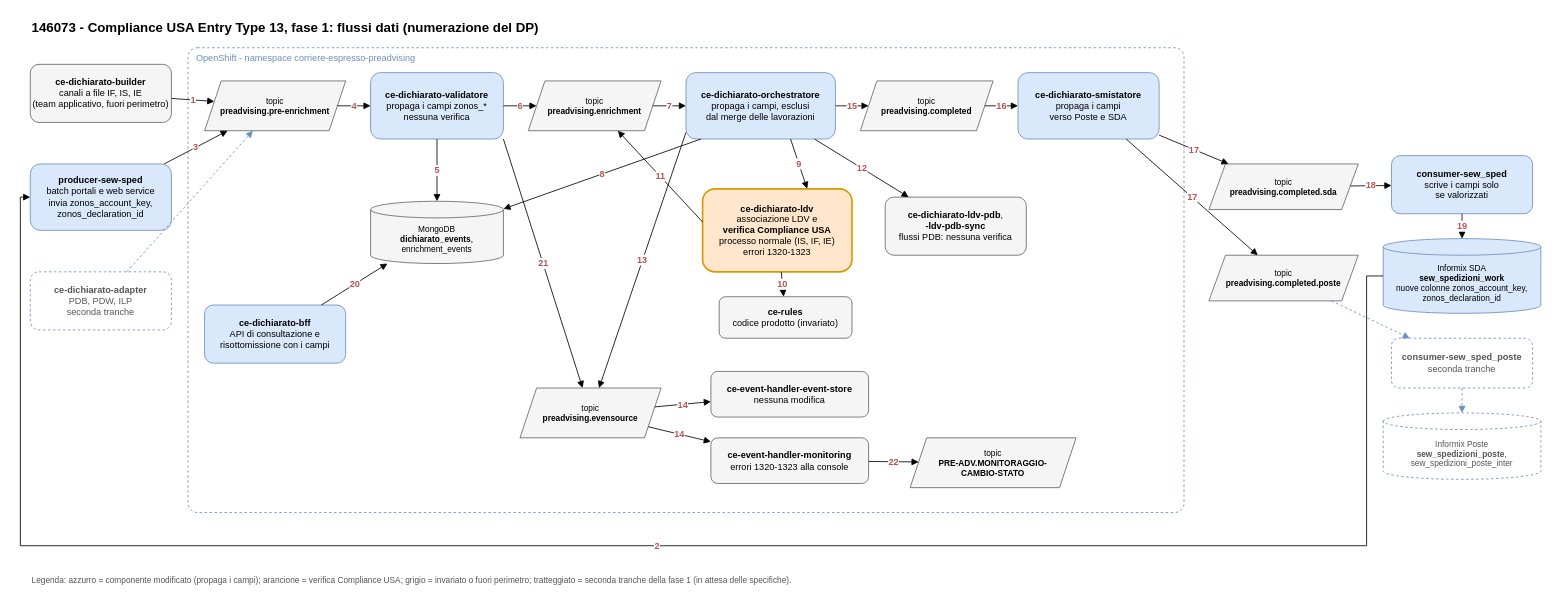
This is iniziative/146073/documenti/fig-2-flussi-dati.drawio from diegoMereu/sda-bmad, a draw.io file, before an edit. Source tidied: cells renumbered, new cells numbered last; positions are measured from the earlier drawing's top-left corner, leaving out a move shared by most shapes. Both pictures are drawn from the tidied source at 83%, with x=0, y=0 at pixel (20, 14).
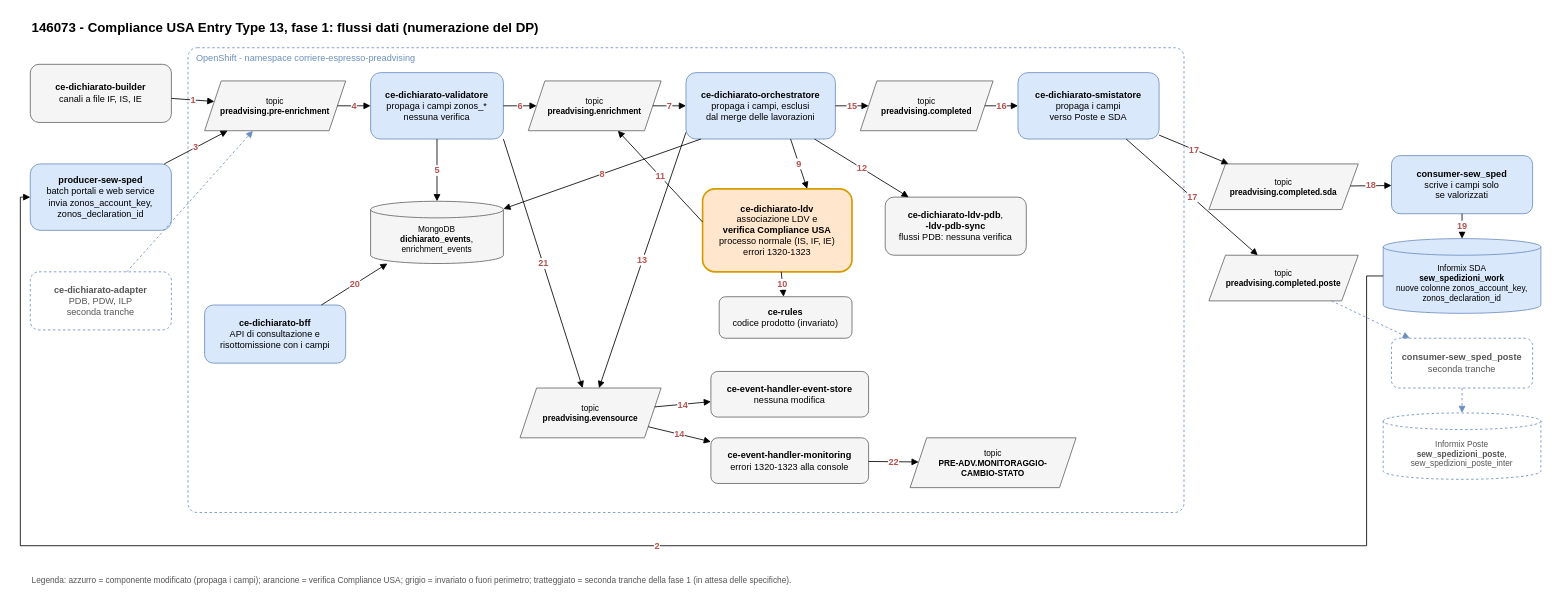
Above is the later version.

Commit message (it also covers changes not shown here):
docs(146073): SF 0.3, tolti i vincoli 3 e 4, PDB come Open Point (informazioni non ricevute), builder non fuori perimetro

Diff of the diagram source:
```diff
@@
-    <mxCell id="4" value="&lt;b&gt;ce-dichiarato-builder&lt;/b&gt;&lt;br&gt;canali a file IF, IS, IE&lt;br&gt;(team applicativo, fuori perimetro)" style="rounded=1;whiteSpace=wrap;html=1;fillColor=#f5f5f5;strokeColor=#666666;fontSize=11;" parent="1" vertex="1">
+    <mxCell id="4" value="&lt;b&gt;ce-dichiarato-builder&lt;/b&gt;&lt;br&gt;canali a file IF, IS, IE" style="rounded=1;whiteSpace=wrap;html=1;fillColor=#f5f5f5;strokeColor=#666666;fontSize=11;" parent="1" vertex="1">
       <mxGeometry x="12" y="60" width="170" height="70" as="geometry" />
     </mxCell>
```
